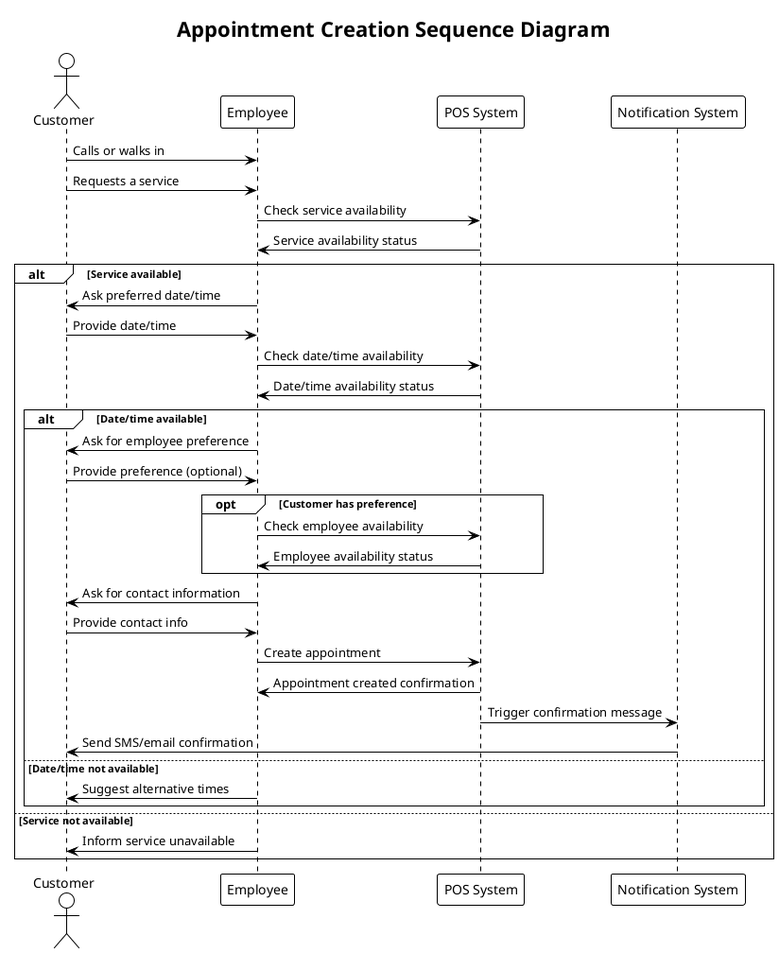
user5427/ps-design keeps this PlantUML diagram as docs/ps-design/design-document/images/diagrams/services/appointment_creation_sequence.png. Above is the earlier version.
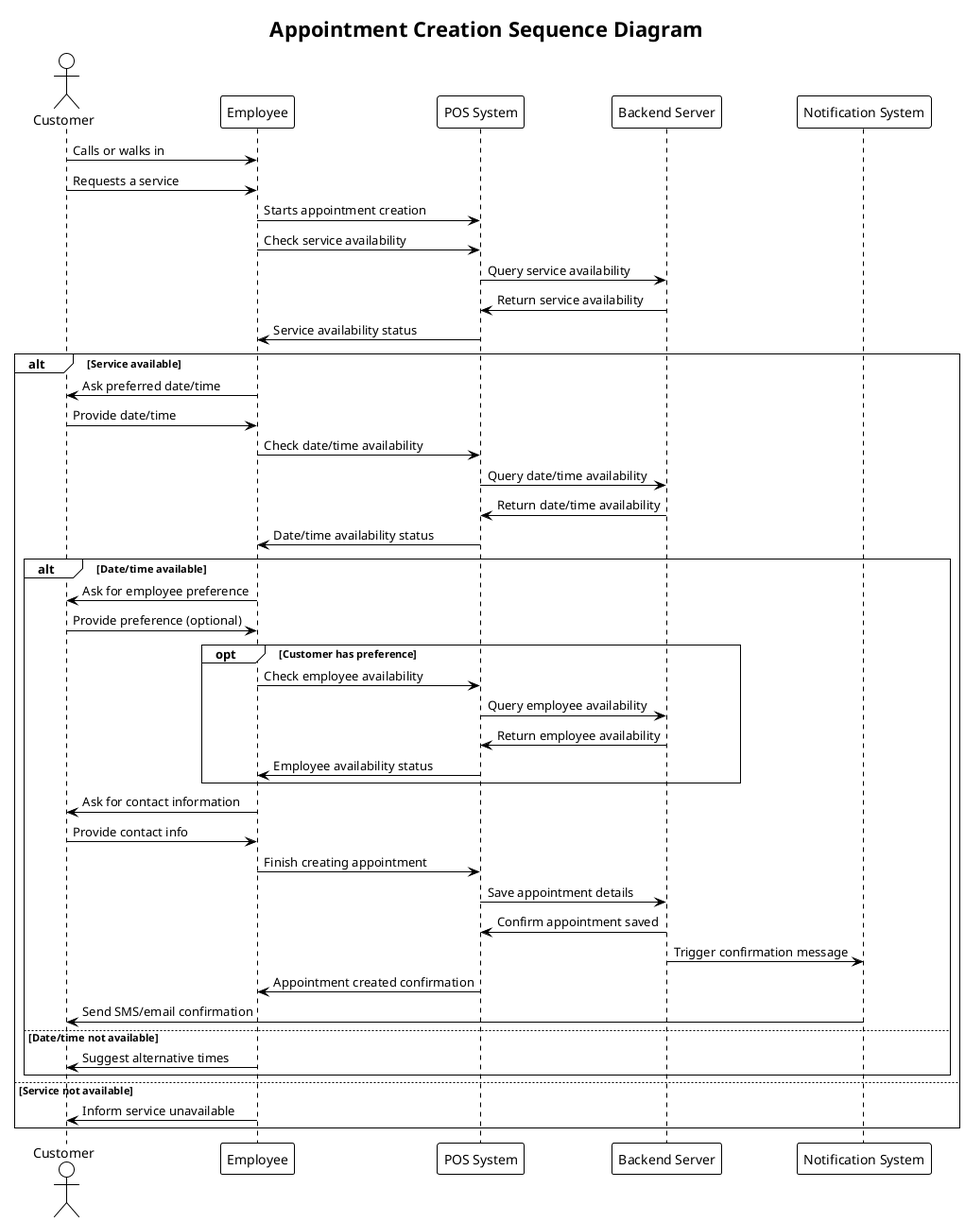
After the commit.

The edit, as a diff of the source:
```diff
@@ -5,17 +5,23 @@
 actor Customer
 participant Employee
 participant "POS System" as POS
+participant "Backend Server" as Backend
 participant "Notification System" as Notification
 
 Customer -> Employee: Calls or walks in
 Customer -> Employee: Requests a service
+Employee -> POS: Starts appointment creation
 Employee -> POS: Check service availability
+POS -> Backend: Query service availability
+Backend -> POS: Return service availability
 POS -> Employee: Service availability status
 
 alt Service available
   Employee -> Customer: Ask preferred date/time
   Customer -> Employee: Provide date/time
   Employee -> POS: Check date/time availability
+  POS -> Backend: Query date/time availability
+  Backend -> POS: Return date/time availability
   POS -> Employee: Date/time availability status
 
   alt Date/time available
@@ -24,14 +30,18 @@
 
     opt Customer has preference
       Employee -> POS: Check employee availability
+      POS -> Backend: Query employee availability
+      Backend -> POS: Return employee availability
       POS -> Employee: Employee availability status
     end
 
     Employee -> Customer: Ask for contact information
     Customer -> Employee: Provide contact info
-    Employee -> POS: Create appointment
+    Employee -> POS: Finish creating appointment
+    POS -> Backend: Save appointment details
+    Backend -> POS: Confirm appointment saved
+    Backend -> Notification: Trigger confirmation message
     POS -> Employee: Appointment created confirmation
-    POS -> Notification: Trigger confirmation message
     Notification -> Customer: Send SMS/email confirmation
   else Date/time not available
     Employee -> Customer: Suggest alternative times
```
